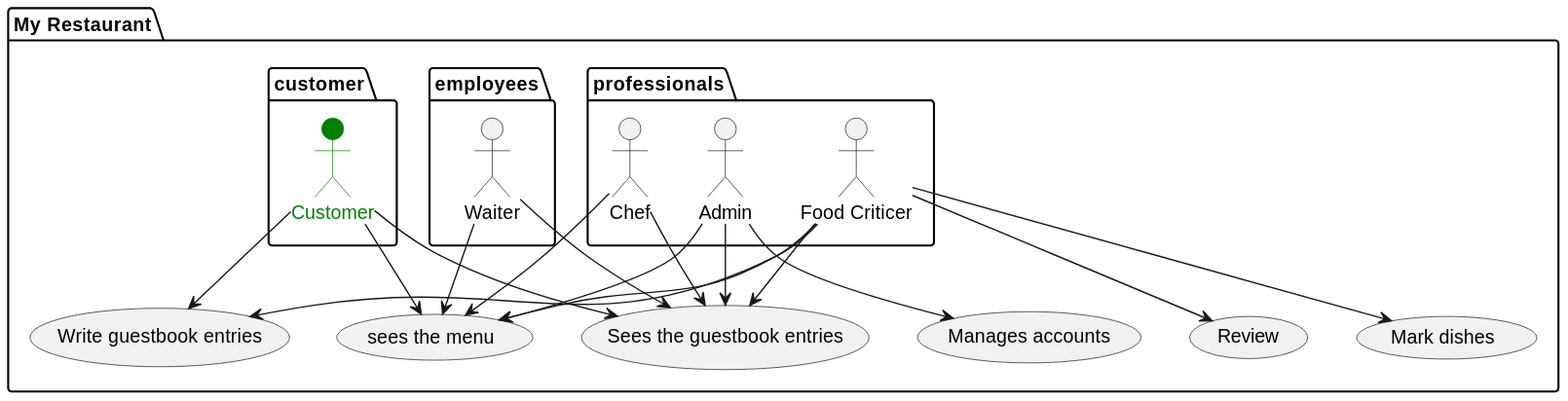
Before: out/public/doc/UCD-menu/UCD-menu.svg, a diagram exported from PlantUML (tonisun/menu).
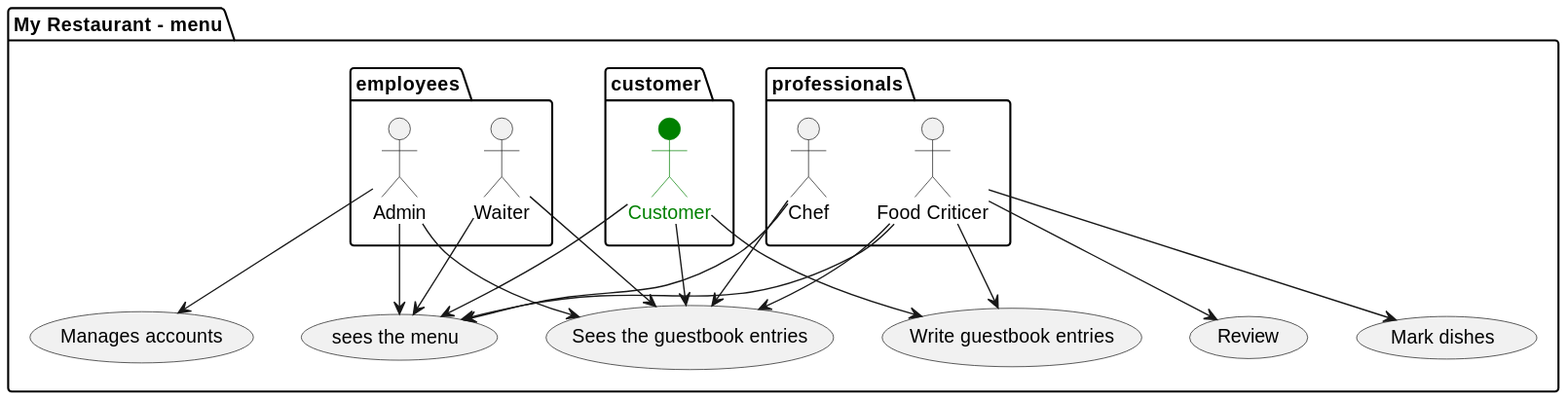
The same file after the commit.

Diff of the diagram source:
```diff
@@ -1,14 +1,13 @@
 @startuml
 
 
-package "My Restaurant" {
+package "My Restaurant - menu" {
     package professionals {
         actor Chef as ch
-        actor Admin as a
         actor "Food Criticer" as fc
     }
     package employees {
-
+        actor Admin as a
         actor Waiter as w
     }
     package customer {
```
